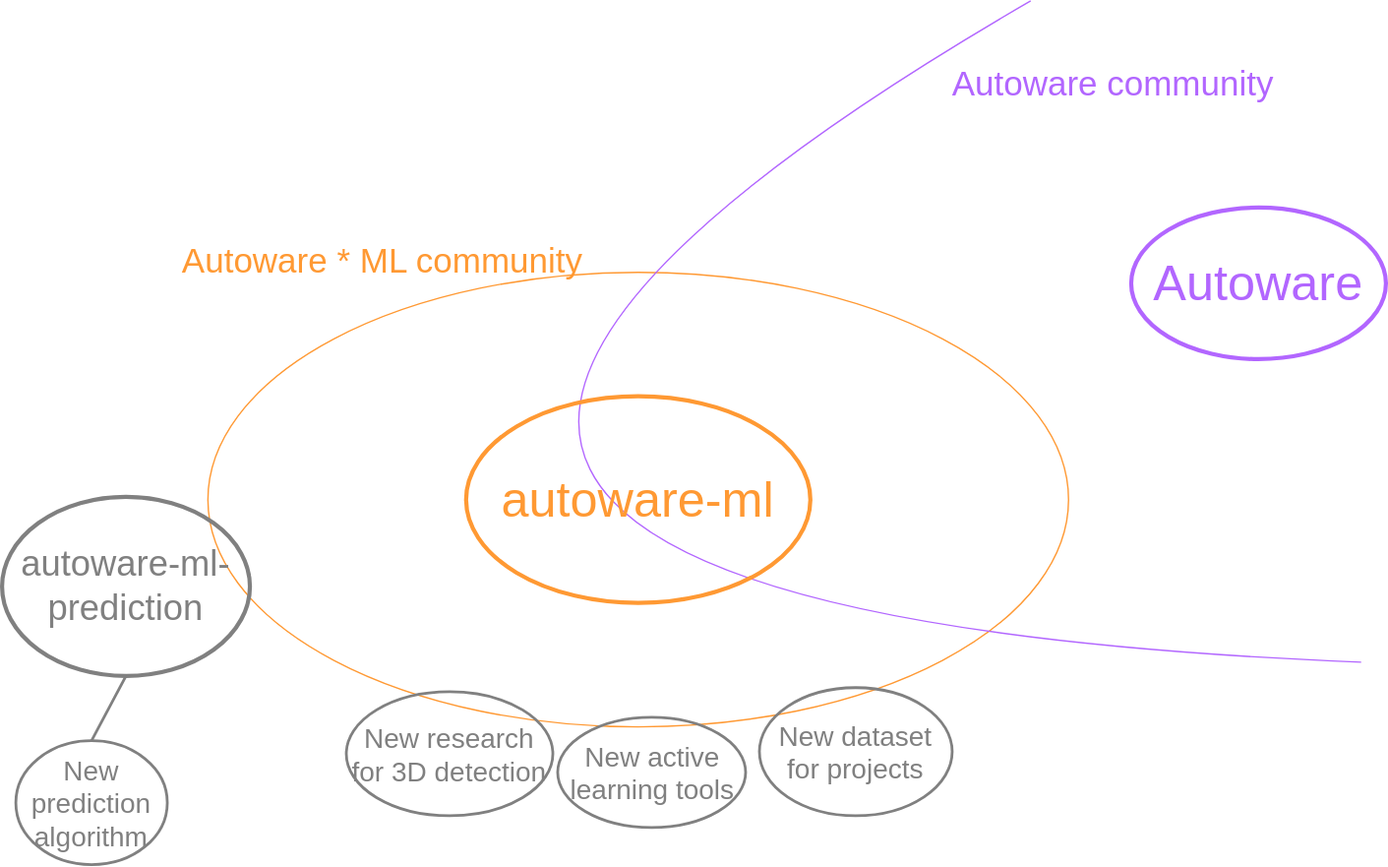
Earlier version of the draw.io export docs/fig/autoware_ml_community.drawio.svg (vividf/AWML). Source tidied: cells renumbered, new cells last; positions are measured from the earlier drawing's top-left corner, leaving out a move shared by most shapes.
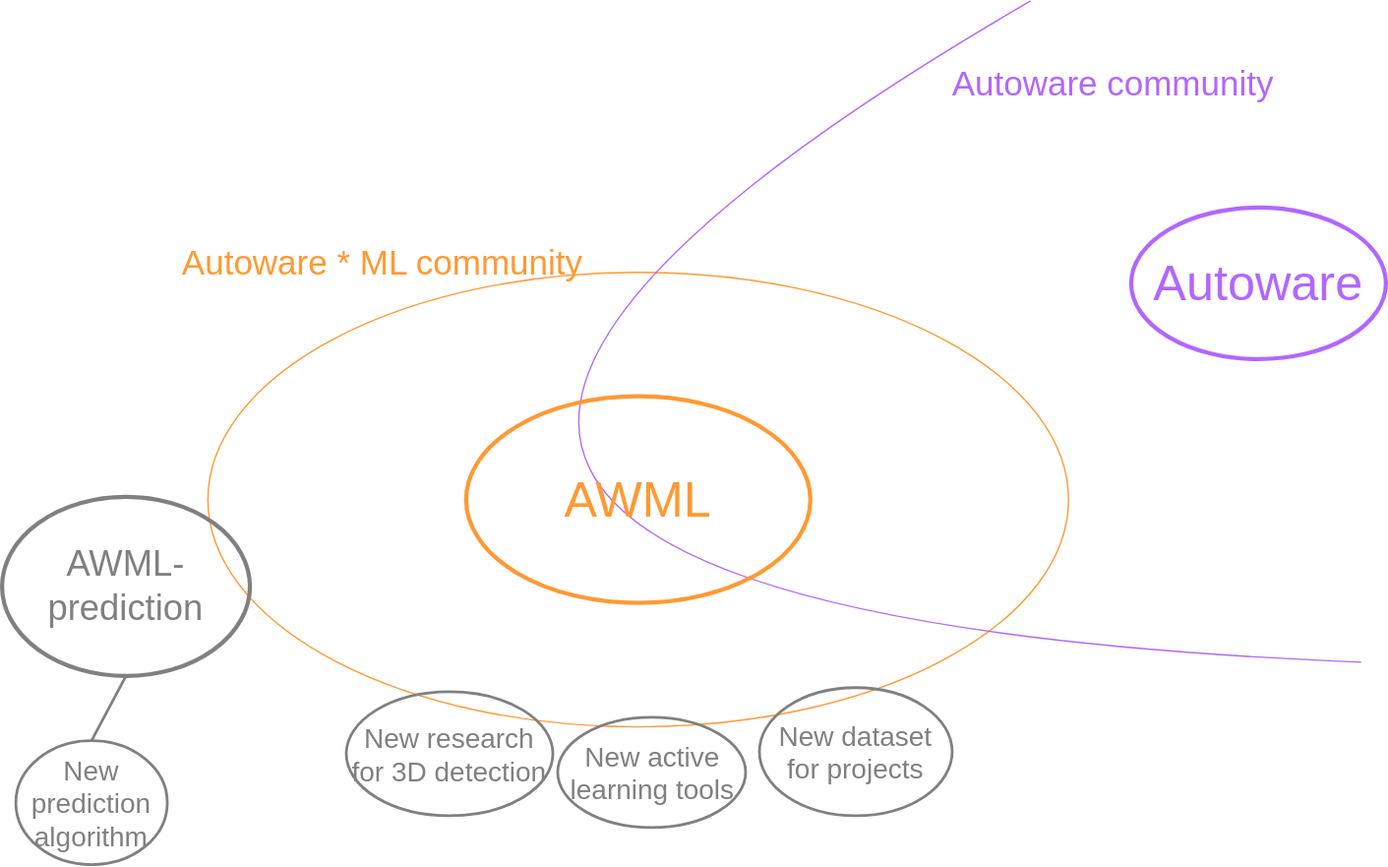
The same file after the commit.

Change to the diagram source:
```diff
@@ -14,10 +14,10 @@
         </Array>
       </mxGeometry>
     </mxCell>
-    <mxCell id="4" value="&lt;font style=&quot;font-size: 36px;&quot;&gt;autoware-ml&lt;/font&gt;" style="ellipse;whiteSpace=wrap;html=1;fillColor=none;fontColor=#FF9933;strokeColor=#FF9933;strokeWidth=3;fontSize=36;" parent="1" vertex="1">
+    <mxCell id="4" value="&lt;font style=&quot;font-size: 36px;&quot;&gt;AWML&lt;/font&gt;" style="ellipse;whiteSpace=wrap;html=1;fillColor=none;fontColor=#FF9933;strokeColor=#FF9933;strokeWidth=3;fontSize=36;" parent="1" vertex="1">
       <mxGeometry x="350" y="287" width="250" height="150" as="geometry" />
     </mxCell>
-    <mxCell id="5" value="&lt;font style=&quot;font-size: 26px;&quot;&gt;autoware-ml-prediction&lt;/font&gt;" style="ellipse;whiteSpace=wrap;html=1;fillColor=none;fontColor=#808080;strokeColor=#808080;strokeWidth=3;fontSize=26;" parent="1" vertex="1">
+    <mxCell id="5" value="&lt;font style=&quot;font-size: 26px;&quot;&gt;AWML-prediction&lt;/font&gt;" style="ellipse;whiteSpace=wrap;html=1;fillColor=none;fontColor=#808080;strokeColor=#808080;strokeWidth=3;fontSize=26;" parent="1" vertex="1">
       <mxGeometry x="13" y="360" width="180" height="130" as="geometry" />
     </mxCell>
     <mxCell id="6" value="&lt;font style=&quot;font-size: 20px;&quot;&gt;New prediction algorithm&lt;/font&gt;" style="ellipse;whiteSpace=wrap;html=1;fillColor=none;fontColor=#808080;strokeColor=#808080;strokeWidth=2;fontSize=20;" parent="1" vertex="1">
```
